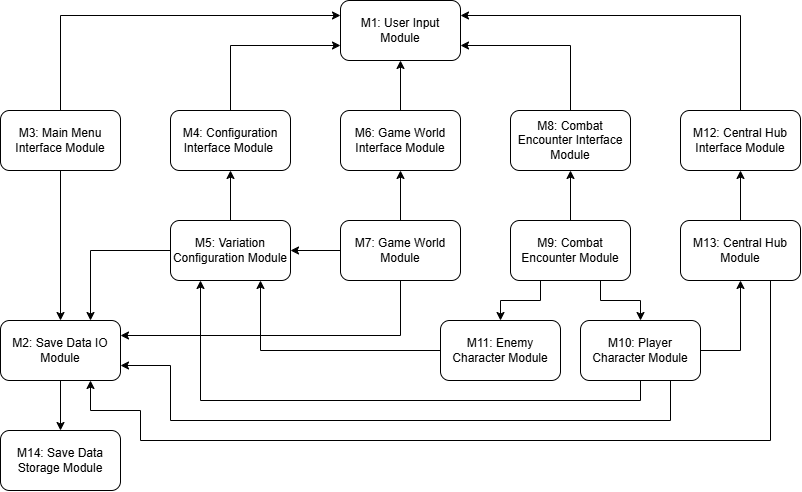
Earlier version of the draw.io export docs/Design/SoftArchitecture/images/UsesHierarchy-1.png (Aeolus-Software/RealmForge). Source tidied: cells renumbered, new cells last; positions are measured from the earlier drawing's top-left corner, leaving out a move shared by most shapes.
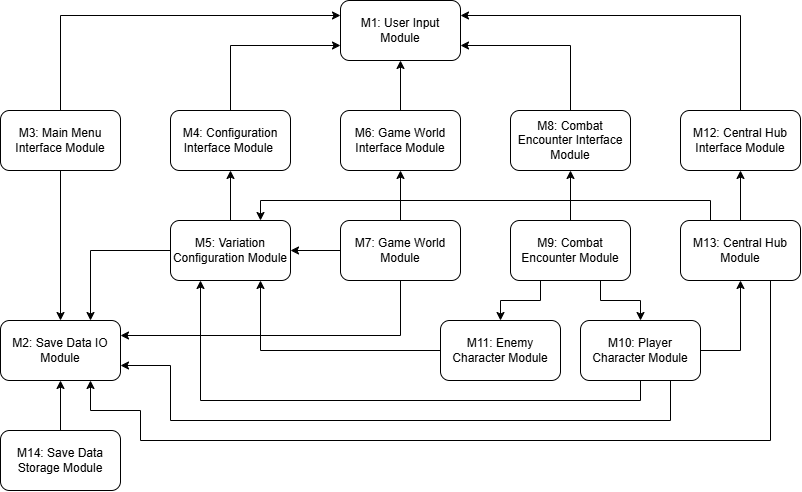
Above is the later version.

Commit message:
use hierarchy figure edit

Diff of the diagram source:
```diff
@@ -5,7 +5,7 @@
     <mxCell id="2" value="&lt;span style=&quot;text-align: left;&quot;&gt;M1: User Input Module&lt;/span&gt;" style="rounded=1;whiteSpace=wrap;html=1;roundedPerimeter=1;" parent="1" vertex="1">
       <mxGeometry x="340" width="120" height="60" as="geometry" />
     </mxCell>
-    <mxCell id="3" style="edgeStyle=orthogonalEdgeStyle;rounded=0;jettySize=auto;html=1;defaultLabelBackgroundColor=gap;labelPadding=0 4;" parent="1" edge="1" source="4" target="34">
+    <mxCell id="3" style="edgeStyle=orthogonalEdgeStyle;rounded=0;jettySize=auto;html=1;defaultLabelBackgroundColor=gap;labelPadding=0 4;" parent="1" edge="1" source="34" target="4">
       <mxGeometry relative="1" as="geometry" />
     </mxCell>
     <mxCell id="4" value="&lt;span style=&quot;text-align: left;&quot;&gt;M2: Save Data IO Module&lt;/span&gt;" style="rounded=1;whiteSpace=wrap;html=1;roundedPerimeter=1;" parent="1" vertex="1">
@@ -117,6 +117,9 @@
         </Array>
       </mxGeometry>
     </mxCell>
+    <mxCell id="37" style="edgeStyle=orthogonalEdgeStyle;rounded=0;jettySize=auto;html=1;exitX=0.25;exitY=0;exitDx=0;exitDy=0;entryX=0.75;entryY=0;entryDx=0;entryDy=0;defaultLabelBackgroundColor=gap;labelPadding=0 4;" parent="1" edge="1" source="36" target="21">
+      <mxGeometry relative="1" as="geometry" />
+    </mxCell>
     <mxCell id="36" value="&lt;span style=&quot;text-align: left;&quot;&gt;M13: Central Hub Module&lt;/span&gt;" style="rounded=1;whiteSpace=wrap;html=1;roundedPerimeter=1;" parent="1" vertex="1">
       <mxGeometry x="680" y="220" width="120" height="60" as="geometry" />
     </mxCell>
```
